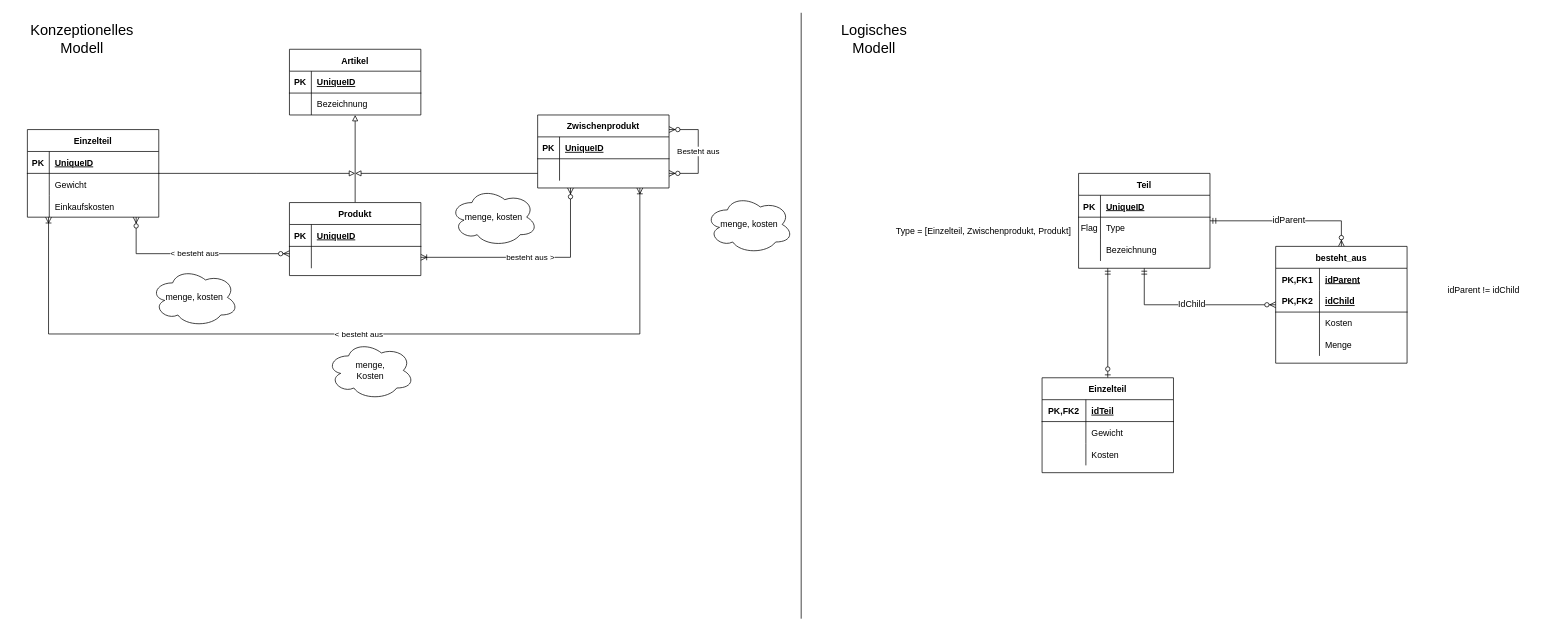
The draw.io diagram Hierarchie/Autostückliste/AutoStückliste_Model.drawio in ScarSchool/DBI, before the edit. Source tidied: cells renumbered, new cells numbered last; positions are measured from the earlier drawing's top-left corner, leaving out a move shared by most shapes. Both pictures are drawn from the tidied source at 73%, with x=0, y=0 at pixel (12, 12).
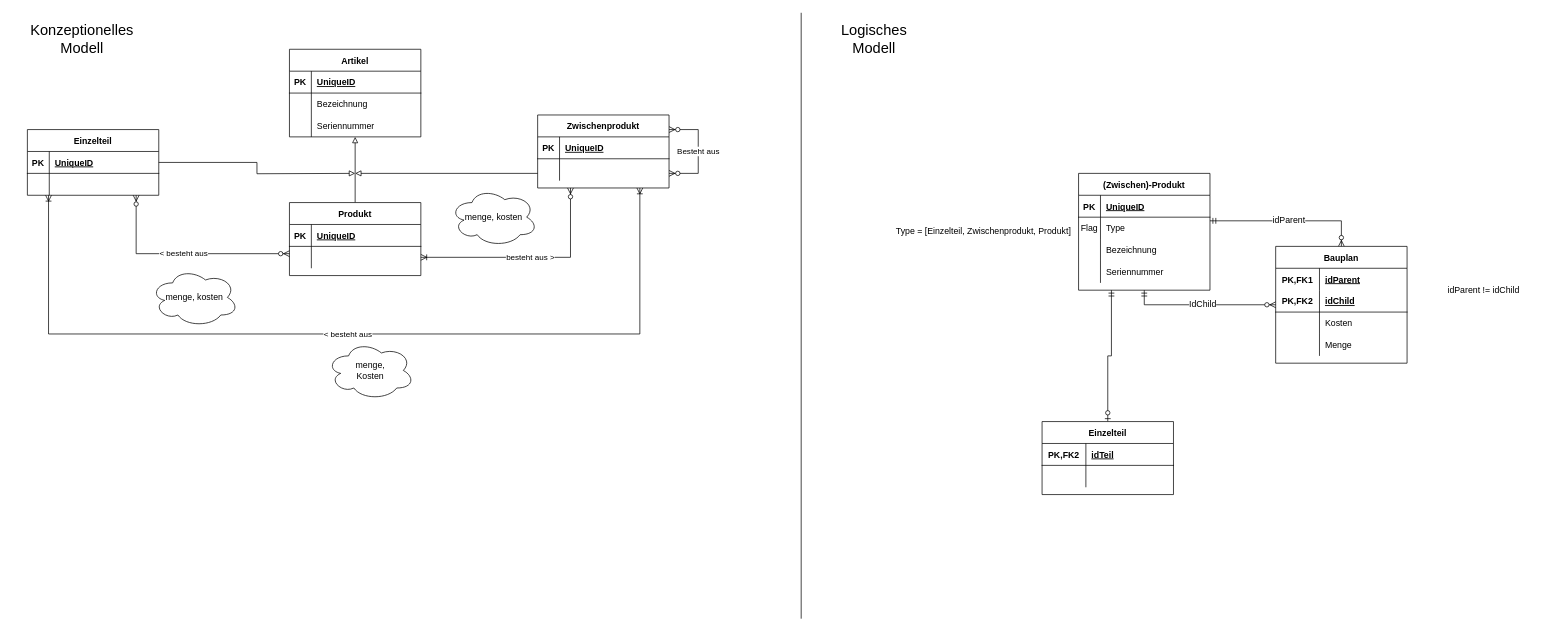
After the change.

Unchanged cells that the change refers to:
```xml
<mxCell id="62" style="shape=partialRectangle;fillColor=none;top=0;left=0;bottom=0;right=0;" parent="58" vertex="1">
  <mxGeometry y="60" width="180" height="30" as="geometry" />
</mxCell>
```

The edit, as a diff of the source:
```diff
@@
     <mxCell id="2" value="Artikel" style="shape=table;startSize=30;childLayout=tableLayout;rowLines=0;fontStyle=1;align=center;" parent="1" vertex="1">
-      <mxGeometry x="379" y="50" width="180" height="90" as="geometry" />
+      <mxGeometry x="379" y="50" width="180" height="120" as="geometry" />
     </mxCell>
@@
+    <mxCell id="65" style="shape=partialRectangle;fillColor=none;top=0;left=0;bottom=0;right=0;" parent="2" vertex="1">
+      <mxGeometry y="90" width="180" height="30" as="geometry" />
+    </mxCell>
+    <mxCell id="85" style="shape=partialRectangle;fillColor=none;top=0;left=0;bottom=0;right=0;fontStyle=0;overflow=hidden;" parent="65" vertex="1">
+      <mxGeometry width="30" height="30" as="geometry" />
+    </mxCell>
+    <mxCell id="86" value="Seriennummer" style="shape=partialRectangle;fillColor=none;top=0;left=0;bottom=0;right=0;align=left;spacingLeft=6;fontStyle=0;overflow=hidden;" parent="65" vertex="1">
+      <mxGeometry x="30" width="150" height="30" as="geometry" />
+    </mxCell>
@@
     <mxCell id="11" value="Einzelteil" style="shape=table;startSize=30;childLayout=tableLayout;rowLines=0;fontStyle=1;align=center;" parent="1" vertex="1">
-      <mxGeometry x="20" y="160" width="180" height="120" as="geometry" />
+      <mxGeometry x="20" y="160" width="180" height="90" as="geometry" />
     </mxCell>
@@
-    <mxCell id="15" style="shape=partialRectangle;fillColor=none;top=0;left=0;bottom=0;right=0;" parent="11" vertex="1">
-      <mxGeometry y="60" width="180" height="30" as="geometry" />
-    </mxCell>
-    <mxCell id="16" style="shape=partialRectangle;fillColor=none;top=0;left=0;bottom=0;right=0;overflow=hidden;" parent="15" vertex="1">
-      <mxGeometry width="30" height="30" as="geometry" />
-    </mxCell>
-    <mxCell id="17" value="Gewicht" style="shape=partialRectangle;fillColor=none;top=0;left=0;bottom=0;right=0;align=left;spacingLeft=6;overflow=hidden;" parent="15" vertex="1">
-      <mxGeometry x="30" width="150" height="30" as="geometry" />
-    </mxCell>
     <mxCell id="18" style="shape=partialRectangle;fillColor=none;top=0;left=0;bottom=0;right=0;" parent="11" vertex="1">
-      <mxGeometry y="90" width="180" height="30" as="geometry" />
+      <mxGeometry y="60" width="180" height="30" as="geometry" />
     </mxCell>
@@
-    <mxCell id="20" value="Einkaufskosten" style="shape=partialRectangle;fillColor=none;top=0;left=0;bottom=0;right=0;align=left;spacingLeft=6;overflow=hidden;" parent="18" vertex="1">
+    <mxCell id="20" style="shape=partialRectangle;fillColor=none;top=0;left=0;bottom=0;right=0;align=left;spacingLeft=6;overflow=hidden;" parent="18" vertex="1">
       <mxGeometry x="30" width="150" height="30" as="geometry" />
     </mxCell>
@@
-    <mxCell id="30" value="&amp;lt; besteht aus" style="edgeStyle=orthogonalEdgeStyle;rounded=0;orthogonalLoop=1;jettySize=auto;html=1;endArrow=ERzeroToMany;endFill=1;startArrow=ERzeroToMany;startFill=1;" parent="1" edge="1">
+    <mxCell id="30" value="&amp;lt; besteht aus" style="edgeStyle=orthogonalEdgeStyle;rounded=0;jettySize=auto;html=1;endArrow=ERzeroToMany;endFill=1;startArrow=ERzeroToMany;startFill=1;" parent="1" edge="1" target="11">
       <mxGeometry relative="1" as="geometry">
         <mxPoint x="379" y="330" as="sourcePoint" />
-        <mxPoint x="169" y="280" as="targetPoint" />
         <Array as="points">
           <mxPoint x="169" y="330" />
         </Array>
       </mxGeometry>
     </mxCell>
@@
-    <mxCell id="43" value="menge, kosten" style="ellipse;shape=cloud;whiteSpace=wrap;html=1;" parent="1" vertex="1">
-      <mxGeometry x="949" y="250" width="120" height="80" as="geometry" />
-    </mxCell>
@@
-    <mxCell id="47" value="Teil" style="shape=table;startSize=30;childLayout=tableLayout;rowLines=0;fontStyle=1;align=center;fontSize=12;" parent="1" vertex="1">
-      <mxGeometry x="1460" y="220" width="180" height="130" as="geometry" />
+    <mxCell id="47" value="(Zwischen)-Produkt" style="shape=table;startSize=30;childLayout=tableLayout;rowLines=0;fontStyle=1;align=center;fontSize=12;" parent="1" vertex="1">
+      <mxGeometry x="1460" y="220" width="180" height="160" as="geometry" />
     </mxCell>
@@
+    <mxCell id="87" style="shape=partialRectangle;fillColor=none;top=0;left=0;bottom=0;right=0;" parent="47" vertex="1">
+      <mxGeometry y="120" width="180" height="30" as="geometry" />
+    </mxCell>
+    <mxCell id="88" style="shape=partialRectangle;fillColor=none;top=0;left=0;bottom=0;right=0;fontStyle=0;overflow=hidden;" parent="87" vertex="1">
+      <mxGeometry width="30" height="30" as="geometry" />
+    </mxCell>
+    <mxCell id="89" value="Seriennummer" style="shape=partialRectangle;fillColor=none;top=0;left=0;bottom=0;right=0;align=left;spacingLeft=6;fontStyle=0;overflow=hidden;" parent="87" vertex="1">
+      <mxGeometry x="30" width="150" height="30" as="geometry" />
+    </mxCell>
-    <mxCell id="57" style="edgeStyle=orthogonalEdgeStyle;rounded=0;jettySize=auto;html=1;startArrow=ERzeroToOne;startFill=1;endArrow=ERmandOne;endFill=0;fontSize=12;" parent="1" edge="1" source="58" target="47">
-      <mxGeometry relative="1" as="geometry">
-        <Array as="points">
-          <mxPoint x="1520" y="605" />
-        </Array>
-      </mxGeometry>
+    <mxCell id="57" style="rounded=0;jettySize=auto;html=1;startArrow=ERzeroToOne;startFill=1;endArrow=ERmandOne;endFill=0;fontSize=12;edgeStyle=orthogonalEdgeStyle;entryX=0.25;entryY=1;entryDx=0;entryDy=0;" parent="1" edge="1" source="58" target="47">
+      <mxGeometry relative="1" as="geometry" />
     </mxCell>
     <mxCell id="58" value="Einzelteil" style="shape=table;startSize=30;childLayout=tableLayout;rowLines=0;fontStyle=1;align=center;fontSize=12;" parent="1" vertex="1">
-      <mxGeometry x="1410" y="500" width="180" height="130" as="geometry" />
+      <mxGeometry x="1410" y="560" width="180" height="100" as="geometry" />
     </mxCell>
@@
-    <mxCell id="64" value="Gewicht" style="shape=partialRectangle;fillColor=none;top=0;left=0;bottom=0;right=0;align=left;spacingLeft=6;overflow=hidden;" parent="62" vertex="1">
+    <mxCell id="64" style="shape=partialRectangle;fillColor=none;top=0;left=0;bottom=0;right=0;align=left;spacingLeft=6;overflow=hidden;" parent="62" vertex="1">
       <mxGeometry x="60" width="120" height="30" as="geometry" />
     </mxCell>
-    <mxCell id="65" style="shape=partialRectangle;fillColor=none;top=0;left=0;bottom=0;right=0;" parent="58" vertex="1">
-      <mxGeometry y="90" width="180" height="30" as="geometry" />
-    </mxCell>
-    <mxCell id="66" style="shape=partialRectangle;fillColor=none;top=0;left=0;bottom=0;right=0;overflow=hidden;" parent="65" vertex="1">
-      <mxGeometry width="60" height="30" as="geometry" />
-    </mxCell>
-    <mxCell id="67" value="Kosten" style="shape=partialRectangle;fillColor=none;top=0;left=0;bottom=0;right=0;align=left;spacingLeft=6;overflow=hidden;" parent="65" vertex="1">
-      <mxGeometry x="60" width="120" height="30" as="geometry" />
-    </mxCell>
@@
-    <mxCell id="69" value="besteht_aus" style="shape=table;startSize=30;childLayout=tableLayout;rowLines=0;fontStyle=1;align=center;fontSize=12;" parent="1" vertex="1">
+    <mxCell id="69" value="Bauplan" style="shape=table;startSize=30;childLayout=tableLayout;rowLines=0;fontStyle=1;align=center;fontSize=12;" parent="1" vertex="1">
       <mxGeometry x="1730" y="320" width="180" height="160" as="geometry" />
     </mxCell>
```
